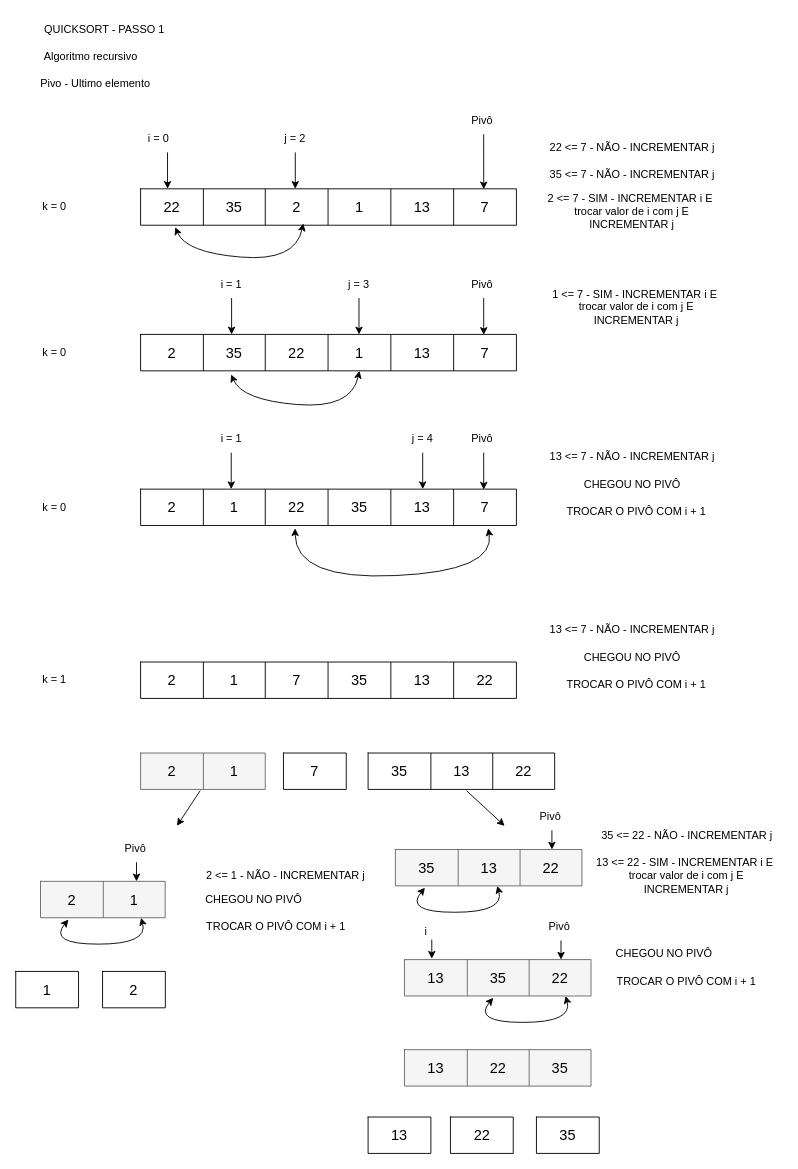
This is page "QuickSort" (3 of 4) of aula04/aula4.drawio from MatheusCJesus/aaed, a draw.io file, before an edit. Source tidied: cells renumbered, new cells numbered last; positions are measured from the earlier drawing's top-left corner, leaving out a move shared by most shapes. Both pictures are drawn from the tidied source at 91%, with x=0, y=0 at pixel (15, 15).
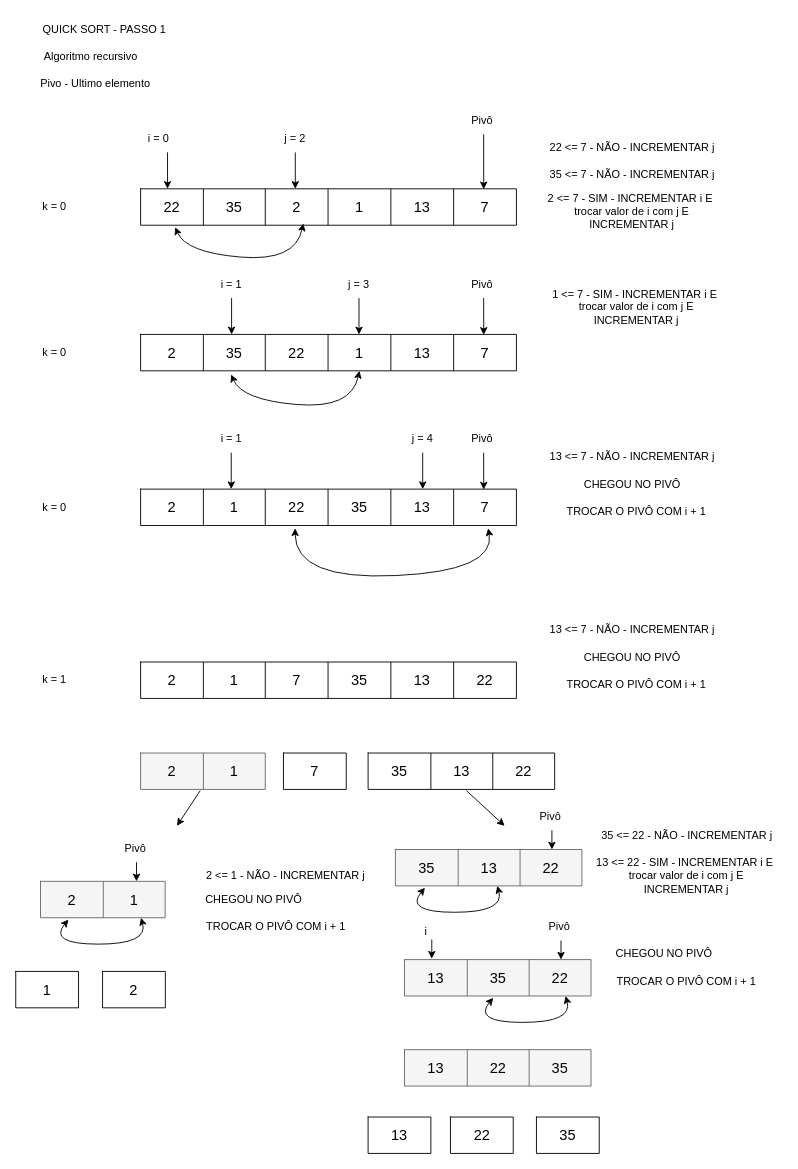
The same diagram, later.

The edit, as a diff of the source:
```diff
@@
-    <mxCell id="11" value="QUICKSORT - PASSO 1" style="text;html=1;align=center;verticalAlign=middle;strokeColor=none;fillColor=none;" parent="1" vertex="1">
+    <mxCell id="11" value="QUICK SORT - PASSO 1" style="text;html=1;align=center;verticalAlign=middle;strokeColor=none;fillColor=none;" parent="1" vertex="1">
       <mxGeometry x="17" width="160" height="30" as="geometry" />
     </mxCell>
```
